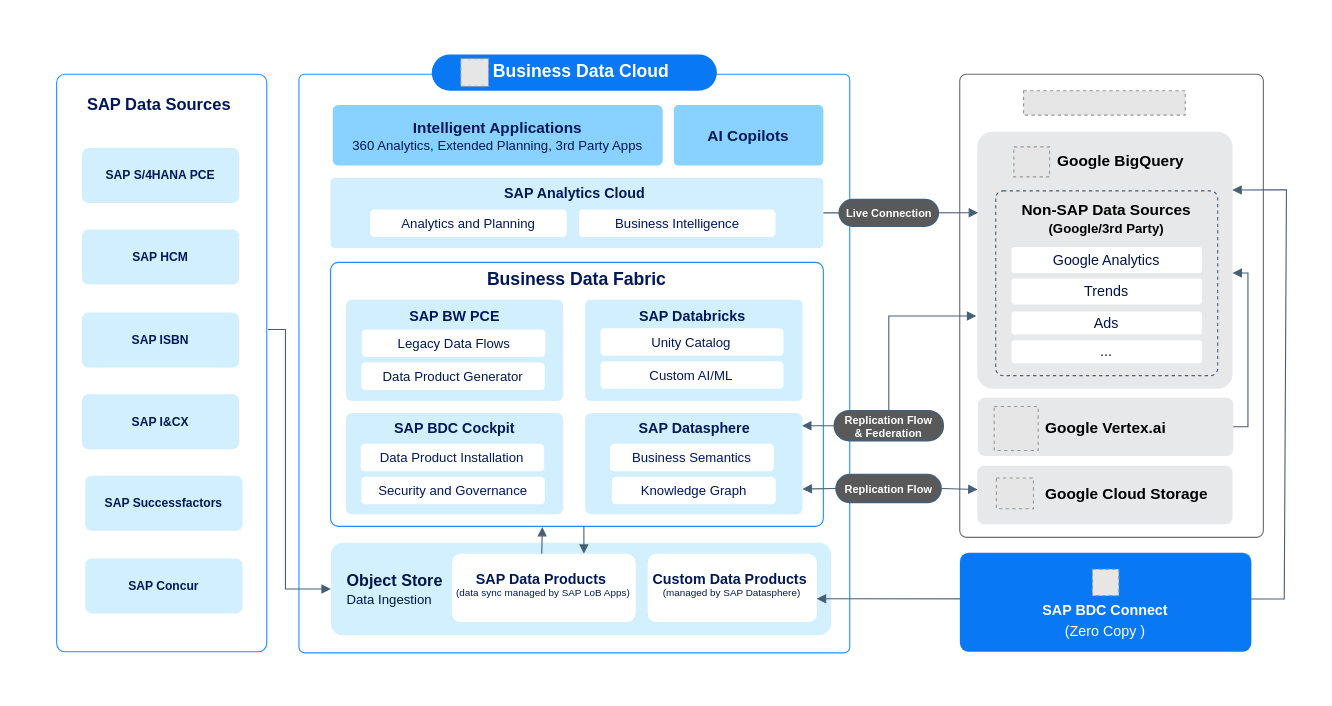
SAP/architecture-center keeps this draw.io diagram as docs/ref-arch/RA0004/4-gcp-data-integration/drawio/gcp-data-integration.drawio. Above is the earlier version. Source tidied: cells renumbered, new cells numbered last; positions are measured from the earlier drawing's top-left corner, leaving out a move shared by most shapes. Both pictures are drawn from the tidied source at 110%, with x=0, y=0 at pixel (19, 19). Pictures stored in the file or linked from it are replaced by grey dashed boxes.
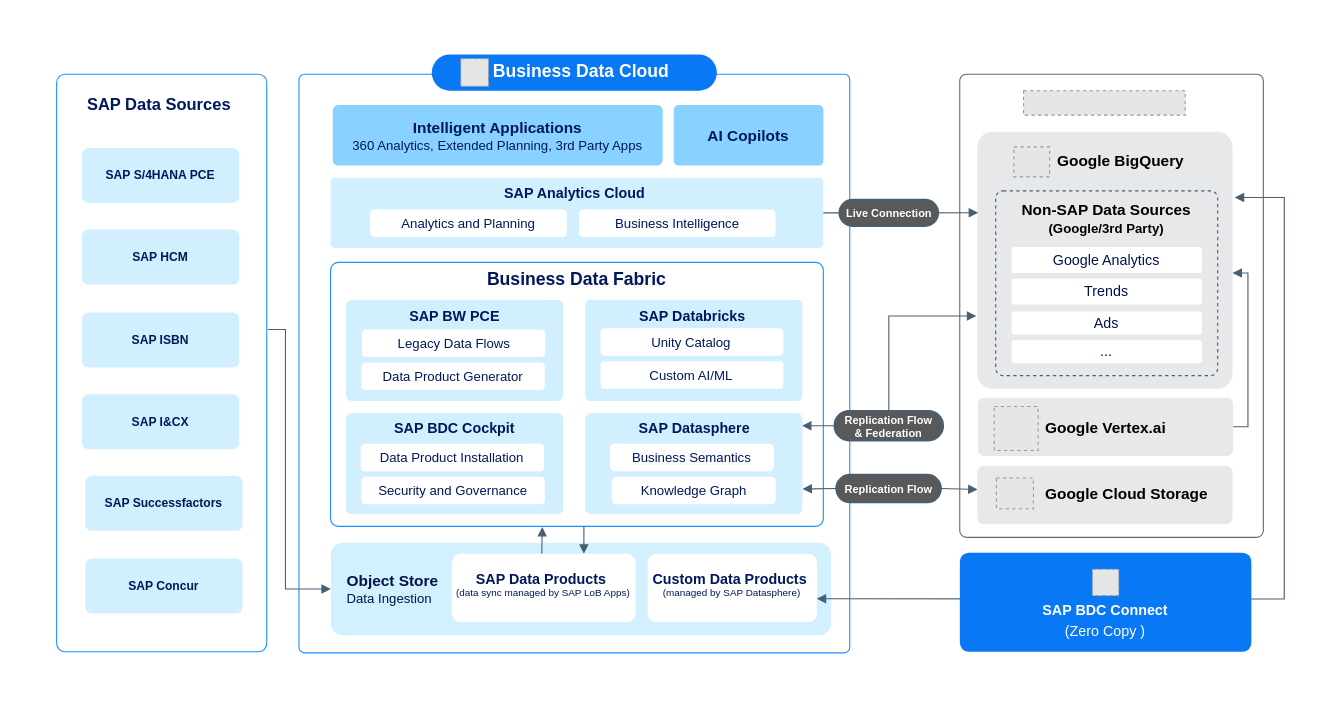
Above is the later version.

Commit message (it also covers changes not shown here):
Updated Hyperscaler Integration Architecture with latest BDC connect integrations) (#1033)

The change refers to these unchanged cells:
```xml
<mxCell id="4" value="&lt;p style=&quot;margin-top: 0pt; margin-bottom: 0pt; margin-left: 0in; direction: ltr; unicode-bidi: embed; word-break: normal;&quot;&gt;&lt;/p&gt;&lt;div style=&quot;line-height: 150%;&quot;&gt;&lt;br&gt;&lt;/div&gt;&lt;p&gt;&lt;/p&gt;" style="rounded=1;whiteSpace=wrap;html=1;strokeColor=none;strokeWidth=1.5;fillColor=#E7E8E9;align=center;verticalAlign=top;fontStyle=1;fontSize=13;fontFamily=Arial;fontColor=#00185A;spacing=0;spacingTop=0;arcSize=6;flipV=0;flipH=0;gradientColor=none;" parent="1" vertex="1">
  <mxGeometry x="871" y="102.2" width="232" height="233.8" as="geometry" />
</mxCell>
<mxCell id="36" value="&lt;p style=&quot;margin-top: 5.4pt; margin-bottom: 0pt; margin-left: 0in; direction: ltr; unicode-bidi: embed; vertical-align: baseline; word-break: normal;&quot;&gt;&lt;/p&gt;&lt;p style=&quot;line-height: 100%; margin-top: 0px; margin-bottom: 0px;&quot;&gt;&lt;font style=&quot;&quot;&gt;&lt;font style=&quot;&quot;&gt;&lt;font style=&quot;font-size: 13px; line-height: 100%;&quot;&gt;&lt;span&gt;Custom Data Products&amp;nbsp;&lt;br&gt;&lt;/span&gt;&lt;/font&gt;&lt;/font&gt;&lt;font style=&quot;font-size: 9px;&quot;&gt;&lt;span style=&quot;font-weight: normal; background-color: transparent; line-height: 100%;&quot;&gt;(managed by SAP Datasphere&lt;/span&gt;&lt;span style=&quot;font-weight: normal; background-color: transparent; line-height: 100%;&quot;&gt;)&lt;/span&gt;&lt;/font&gt;&lt;/font&gt;&lt;/p&gt;&lt;p&gt;&lt;/p&gt;" style="rounded=1;whiteSpace=wrap;html=1;align=center;fontStyle=1;verticalAlign=middle;strokeColor=none;fillColor=default;strokeWidth=1;fontSize=11;fontFamily=Helvetica;fontColor=#00185A;arcSize=13;gradientColor=none;gradientDirection=south;spacing=0;spacingTop=0;" parent="1" vertex="1">
  <mxGeometry x="571.3" y="486" width="154" height="62" as="geometry" />
</mxCell>
```

The edit, as a diff of the source:
```diff
@@
-    <mxCell id="34" value="&lt;p style=&quot;margin-top: 6.6pt; margin-bottom: 0pt; margin-left: 0in; direction: ltr; unicode-bidi: embed; vertical-align: baseline; word-break: normal;&quot;&gt;&lt;font style=&quot;&quot;&gt;&lt;span style=&quot;color: rgb(0, 20, 74); font-size: 11pt;&quot;&gt;&lt;font face=&quot;Helvetica&quot;&gt;Object Store&lt;/font&gt;&lt;br&gt;&lt;/span&gt;&lt;font style=&quot;font-size: 12px;&quot; face=&quot;72 Brand&quot; color=&quot;#00144a&quot;&gt;&lt;span style=&quot;font-weight: 400;&quot;&gt;Data Ingestion&lt;/span&gt;&lt;/font&gt;&lt;/font&gt;&lt;/p&gt;" style="rounded=1;whiteSpace=wrap;html=1;align=left;fontStyle=1;verticalAlign=middle;strokeColor=none;fillColor=light-dark(#d2f0ff, #ededed);strokeWidth=1;fontSize=11;fontFamily=Arial;fontColor=#00185A;arcSize=13;gradientColor=none;gradientDirection=south;spacing=15;spacingTop=-8;" parent="1" vertex="1">
+    <mxCell id="34" value="&lt;p style=&quot;margin-top: 6.6pt; margin-bottom: 0pt; margin-left: 0in; direction: ltr; unicode-bidi: embed; vertical-align: baseline; word-break: normal;&quot;&gt;&lt;font style=&quot;&quot;&gt;&lt;span style=&quot;color: rgb(0, 20, 74);&quot;&gt;&lt;font style=&quot;font-size: 14px;&quot;&gt;&lt;font face=&quot;Helvetica&quot;&gt;Object Store&lt;/font&gt;&lt;br&gt;&lt;/font&gt;&lt;/span&gt;&lt;font style=&quot;font-size: 12px;&quot; face=&quot;72 Brand&quot; color=&quot;#00144a&quot;&gt;&lt;span style=&quot;font-weight: 400;&quot;&gt;Data Ingestion&lt;/span&gt;&lt;/font&gt;&lt;/font&gt;&lt;/p&gt;" style="rounded=1;whiteSpace=wrap;html=1;align=left;fontStyle=1;verticalAlign=middle;strokeColor=none;fillColor=light-dark(#d2f0ff, #ededed);strokeWidth=1;fontSize=11;fontFamily=Arial;fontColor=#00185A;arcSize=13;gradientColor=none;gradientDirection=south;spacing=15;spacingTop=-8;" parent="1" vertex="1">
       <mxGeometry x="283.3" y="476" width="454.7" height="84" as="geometry" />
     </mxCell>
@@
-    <mxCell id="42" style="endArrow=block;startArrow=block;html=1;rounded=0;entryX=0.999;entryY=0.227;entryDx=0;entryDy=0;exitX=0.998;exitY=0.658;exitDx=0;exitDy=0;exitPerimeter=0;startFill=1;endFill=1;strokeColor=#475E74;entryPerimeter=0;" parent="1" edge="1" source="36" target="4">
+    <mxCell id="42" style="endArrow=block;startArrow=block;html=1;rounded=0;exitX=0.998;exitY=0.658;exitDx=0;exitDy=0;exitPerimeter=0;startFill=1;endFill=1;strokeColor=#475E74;" parent="1" edge="1" source="36">
       <mxGeometry relative="1" as="geometry">
+        <mxPoint x="1105" y="162" as="targetPoint" />
         <Array as="points">
           <mxPoint x="948" y="527" />
           <mxPoint x="1150" y="527" />
-          <mxPoint x="1152" y="155" />
+          <mxPoint x="1150" y="162" />
         </Array>
       </mxGeometry>
     </mxCell>
```
